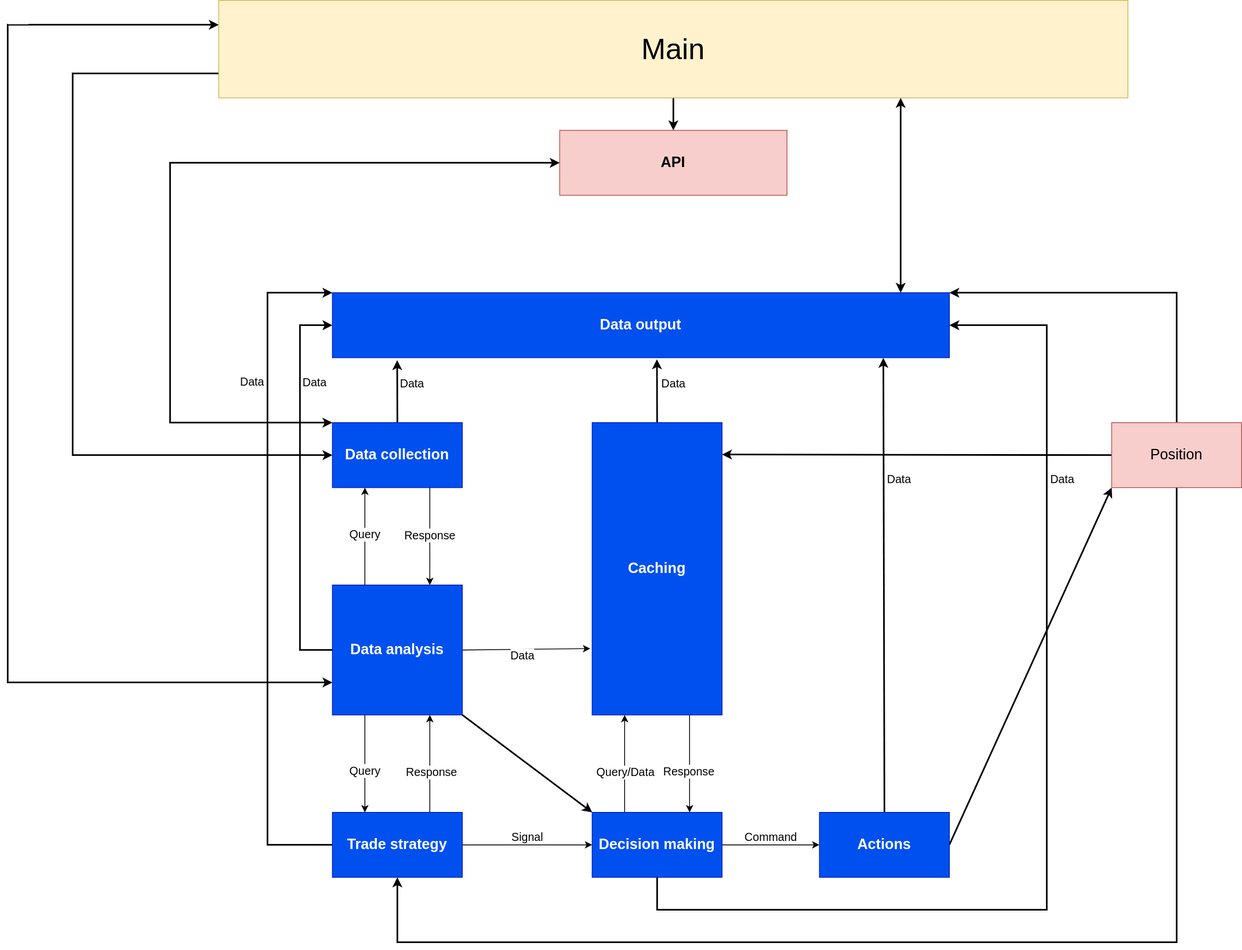
Before: scheme.svg, a diagram exported from draw.io (muvid-sudo/Kraken_bot). Source tidied: cells renumbered, new cells last; positions are measured from the earlier drawing's top-left corner, leaving out a move shared by most shapes.
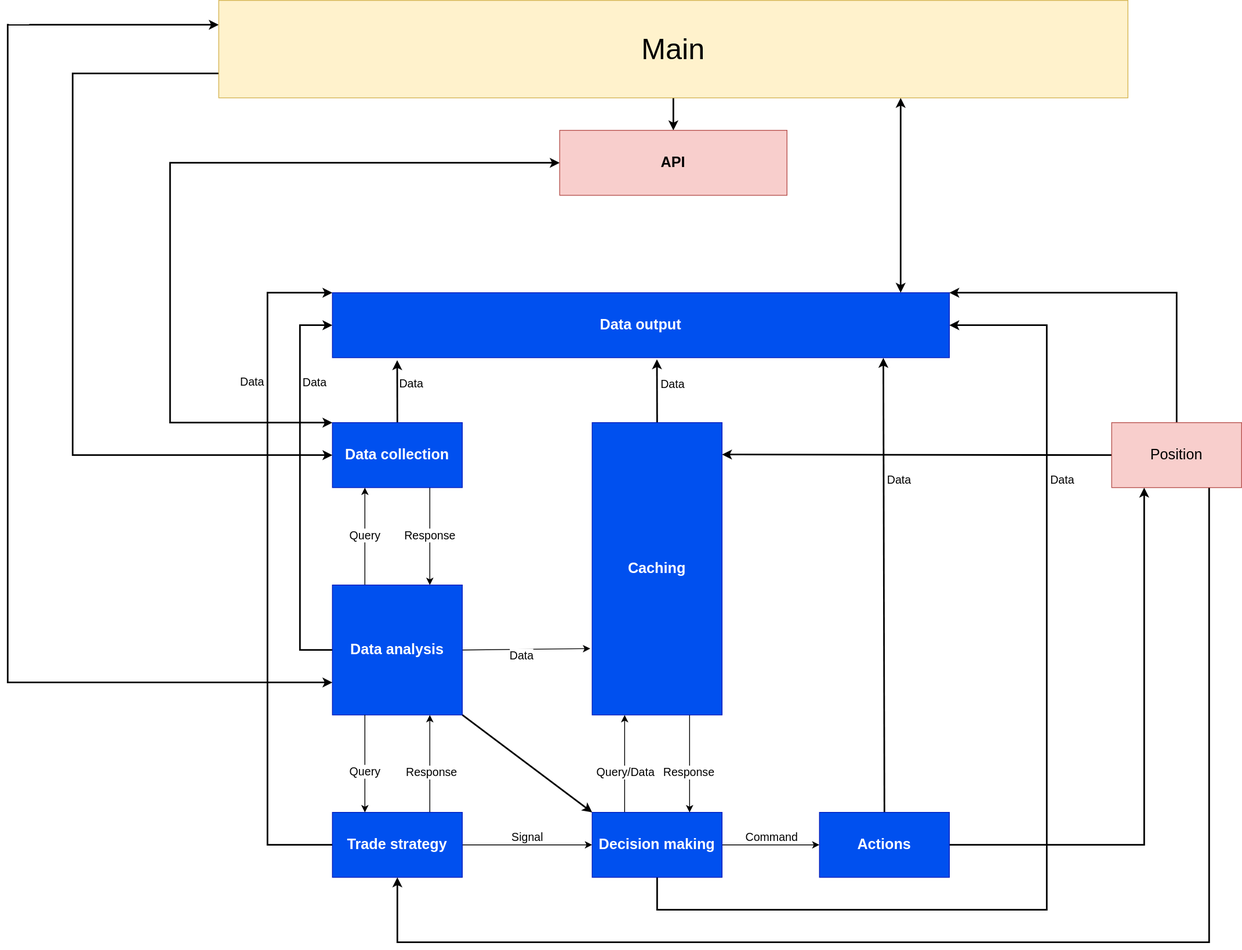
Above is the later version.

Commit message:
We have updated the scheme

The edit, as a diff of the source:
```diff
@@ -164,12 +164,16 @@
         <mxPoint x="19" y="4" as="offset" />
       </mxGeometry>
     </mxCell>
-    <mxCell id="39" style="edgeStyle=none;rounded=0;jettySize=auto;html=1;exitX=1;exitY=0.5;exitDx=0;exitDy=0;entryX=0;entryY=1;entryDx=0;entryDy=0;fontColor=#000000;startArrow=none;startFill=0;endArrow=classic;endFill=1;strokeWidth=2;" parent="1" edge="1" source="41" target="53">
-      <mxGeometry relative="1" as="geometry" />
+    <mxCell id="39" style="edgeStyle=none;rounded=0;jettySize=auto;html=1;exitX=1;exitY=0.5;exitDx=0;exitDy=0;entryX=0.25;entryY=1;entryDx=0;entryDy=0;fontColor=#000000;startArrow=none;startFill=0;endArrow=classic;endFill=1;strokeWidth=2;" parent="1" edge="1" source="41" target="53">
+      <mxGeometry relative="1" as="geometry">
+        <Array as="points">
+          <mxPoint x="1400" y="1040" />
+        </Array>
+      </mxGeometry>
     </mxCell>
     <mxCell id="40" value="&lt;font color=&quot;#ffffff&quot; style=&quot;font-size: 14px&quot;&gt;Order&lt;/font&gt;" style="edgeLabel;html=1;align=center;verticalAlign=middle;fontColor=#000000;" parent="39" vertex="1">
       <mxGeometry x="-0.29" y="-5" relative="1" as="geometry">
-        <mxPoint x="-21" y="-18" as="offset" />
+        <mxPoint x="-27" y="-11" as="offset" />
       </mxGeometry>
     </mxCell>
     <mxCell id="41" value="&lt;b&gt;&lt;font style=&quot;font-size: 18px&quot;&gt;Actions&lt;/font&gt;&lt;/b&gt;" style="rounded=0;whiteSpace=wrap;html=1;fillColor=#0050ef;strokeColor=#001DBC;fontColor=#ffffff;" parent="1" vertex="1">
@@ -204,10 +208,10 @@
         <mxPoint x="-2" y="-7" as="offset" />
       </mxGeometry>
     </mxCell>
-    <mxCell id="49" style="edgeStyle=none;rounded=0;jettySize=auto;html=1;exitX=0.5;exitY=1;exitDx=0;exitDy=0;entryX=0.5;entryY=1;entryDx=0;entryDy=0;fontColor=#000000;startArrow=none;startFill=0;endArrow=classic;endFill=1;strokeWidth=2;" parent="1" edge="1" source="53" target="24">
+    <mxCell id="49" style="edgeStyle=none;rounded=0;jettySize=auto;html=1;exitX=0.75;exitY=1;exitDx=0;exitDy=0;entryX=0.5;entryY=1;entryDx=0;entryDy=0;fontColor=#000000;startArrow=none;startFill=0;endArrow=classic;endFill=1;strokeWidth=2;" parent="1" edge="1" source="53" target="24">
       <mxGeometry relative="1" as="geometry">
         <Array as="points">
-          <mxPoint x="1440" y="1160" />
+          <mxPoint x="1480" y="1160" />
           <mxPoint x="480" y="1160" />
         </Array>
       </mxGeometry>
```
